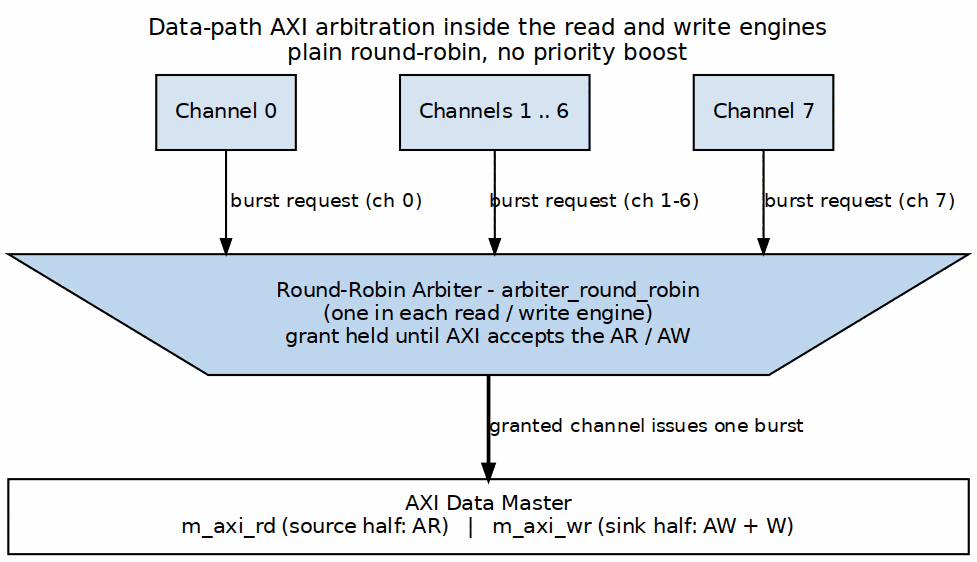
Earlier version of the Graphviz export projects/components/dma-ip/rapids/docs/rapids_beats_has/assets/graphviz/ch04_datapath_arbitration.png (sean-galloway/RTLDesignSherpa). Its source is kept beside it as projects/components/dma-ip/rapids/docs/rapids_beats_has/assets/graphviz/ch04_datapath_arbitration.dot.
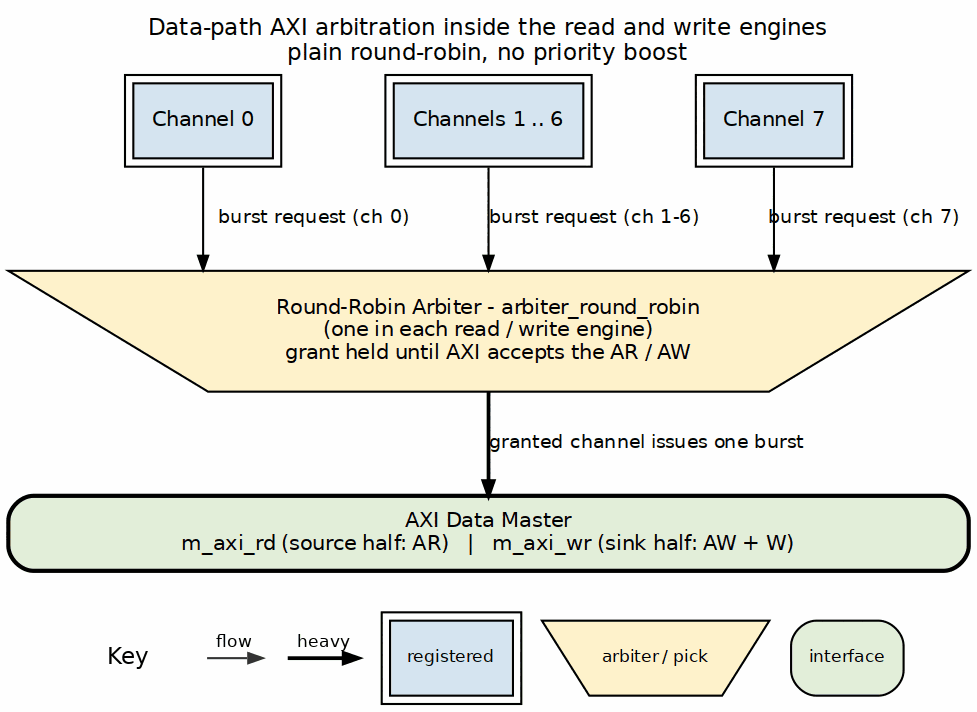
After the commit.

What changed in the source:
```diff
@@ -3,14 +3,14 @@
            nodesep="0.35", ranksep="0.55", splines=ortho,
            label="Data-path AXI arbitration inside the read and write engines\nplain round-robin, no priority boost", labelloc=t, labeljust=c];
     node  [fontname="Helvetica", fontsize=10, shape=box, style=filled,
-           fillcolor="#D6E4F0", color="black", margin="0.12,0.06"];
+           fillcolor="white", color="black", margin="0.12,0.06"];
     edge  [fontname="Helvetica", fontsize=9, color="black", arrowsize=0.7];
 
-    c0 [label="Channel 0"];
-    c1 [label="Channels 1 .. 6"];
-    c7 [label="Channel 7"];
-    arb [label="Round-Robin Arbiter - arbiter_round_robin\n(one in each read / write engine)\ngrant held until AXI accepts the AR / AW", shape=invtrapezium, width=6.4, height=0.8, fillcolor="#BFD7EE"];
-    bar [label="AXI Data Master\nm_axi_rd (source half: AR)   |   m_axi_wr (sink half: AW + W)", fillcolor="white", width=6.4];
+    c0 [label="Channel 0", peripheries=2, style="filled", fillcolor="#D6E4F0"];
+    c1 [label="Channels 1 .. 6", peripheries=2, style="filled", fillcolor="#D6E4F0"];
+    c7 [label="Channel 7", peripheries=2, style="filled", fillcolor="#D6E4F0"];
+    arb [label="Round-Robin Arbiter - arbiter_round_robin\n(one in each read / write engine)\ngrant held until AXI accepts the AR / AW", shape=invtrapezium, width=6.4, height=0.8, fillcolor="#BFD7EE", style="filled", fillcolor="#FFF2CC"];
+    bar [label="AXI Data Master\nm_axi_rd (source half: AR)   |   m_axi_wr (sink half: AW + W)", fillcolor="white", width=6.4, style="rounded,filled,bold", fillcolor="#E2EFDA"];
 
     c0 -> arb [label="burst request (ch 0)"];
     c1 -> arb [label="burst request (ch 1-6)"];
```
